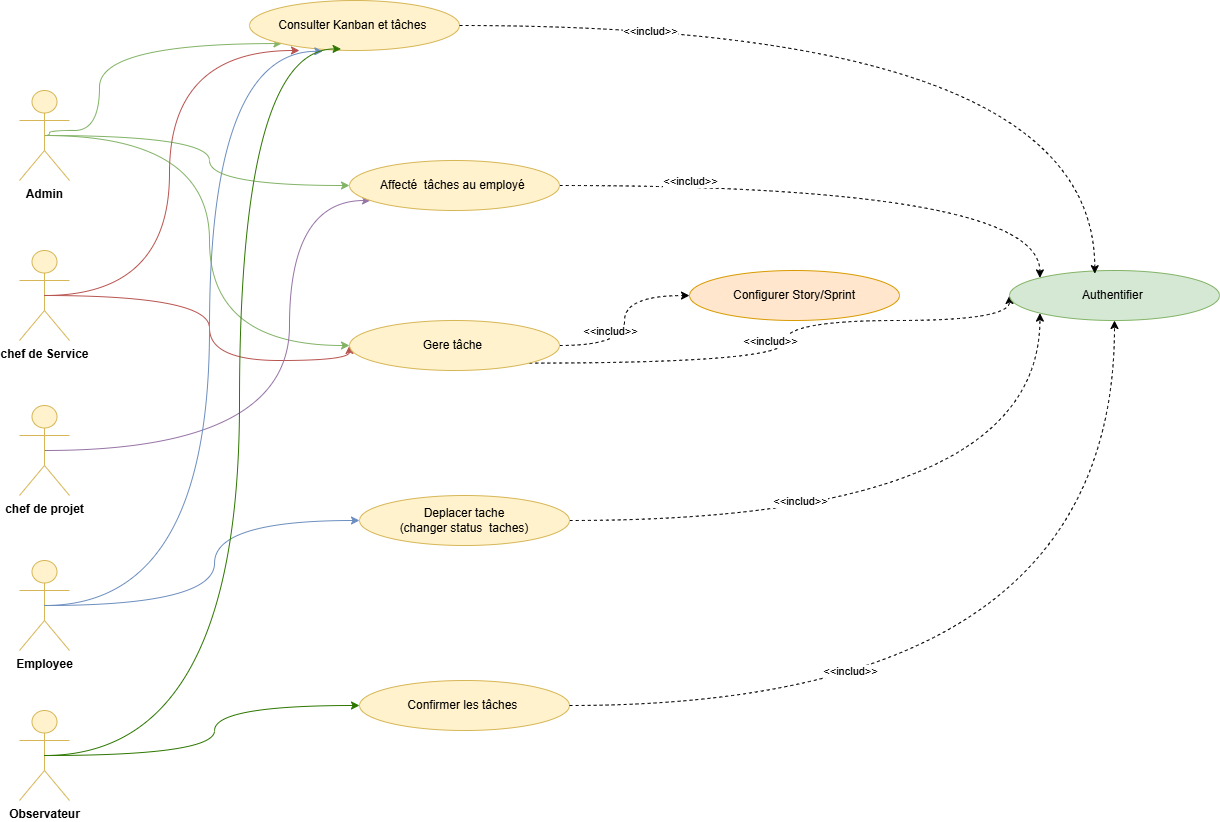
omarhabib5/PFEProject keeps this draw.io diagram as aide/gesttion tache et kanban.drawio.png. Above is the earlier version. Source tidied: cells renumbered, new cells last; positions are measured from the earlier drawing's top-left corner, leaving out a move shared by most shapes.
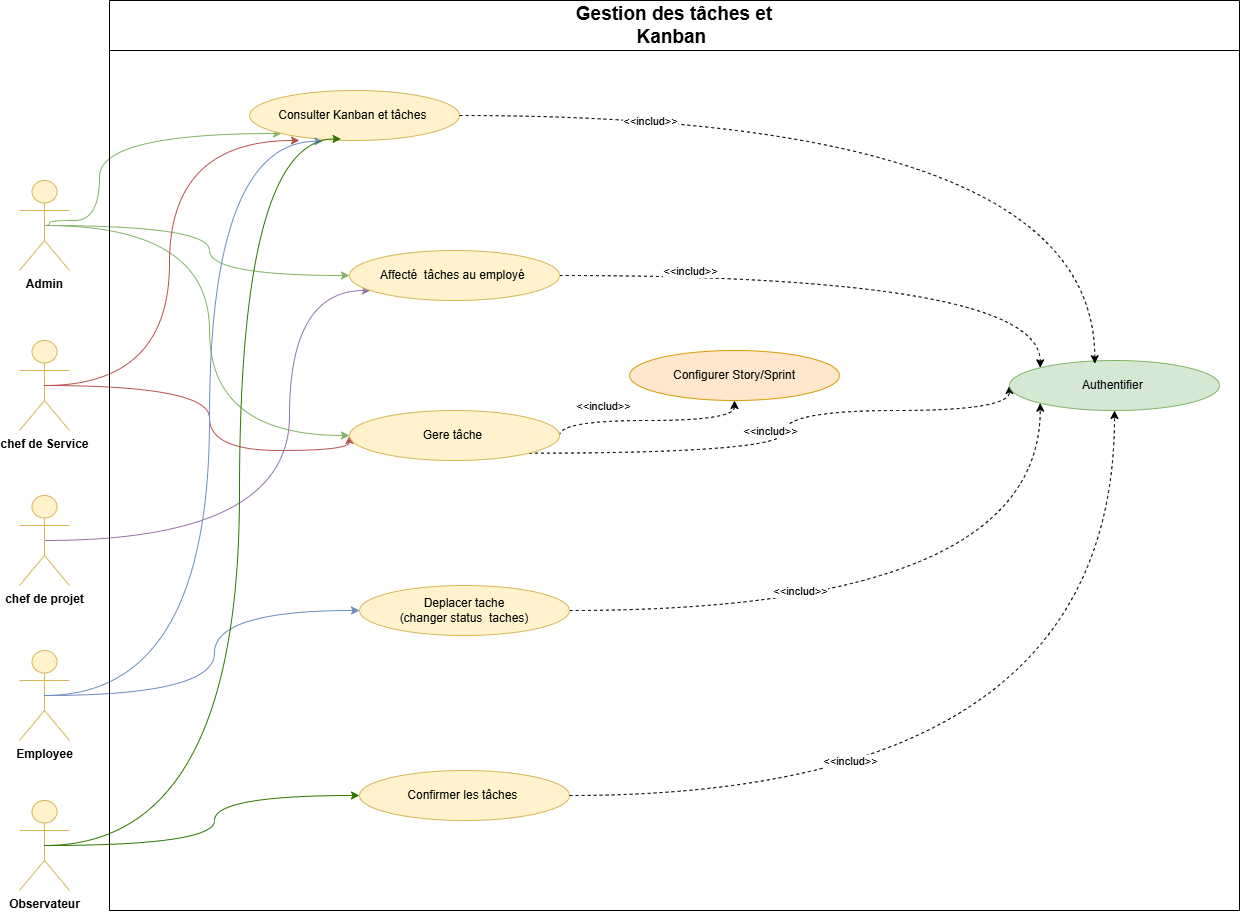
The same diagram one commit later.

Commit message:
refactor: update budget limits in angular.json and enhance task management diagram

Change to the diagram source:
```diff
@@ -66,7 +66,12 @@
       <mxGeometry x="330" y="160" width="210" height="50" as="geometry" />
     </mxCell>
     <mxCell id="17" style="edgeStyle=orthogonalEdgeStyle;rounded=0;jettySize=auto;html=1;exitX=1;exitY=0.5;exitDx=0;exitDy=0;curved=1;dashed=1;" parent="1" edge="1" source="20" target="23">
-      <mxGeometry relative="1" as="geometry" />
+      <mxGeometry relative="1" as="geometry">
+        <Array as="points">
+          <mxPoint x="540" y="330" />
+          <mxPoint x="715" y="330" />
+        </Array>
+      </mxGeometry>
     </mxCell>
     <mxCell id="18" value="&amp;lt;&amp;lt;includ&amp;gt;&amp;gt;" style="edgeLabel;html=1;align=center;verticalAlign=middle;" parent="17" vertex="1">
       <mxGeometry x="-0.41" y="-2" relative="1" as="geometry">
@@ -92,7 +97,7 @@
       <mxGeometry x="340" y="495" width="210" height="50" as="geometry" />
     </mxCell>
     <mxCell id="23" value="Configurer Story/Sprint" style="ellipse;whiteSpace=wrap;html=1;fillColor=#ffe6cc;strokeColor=#d79b00;" parent="1" vertex="1">
-      <mxGeometry x="670" y="270" width="210" height="50" as="geometry" />
+      <mxGeometry x="610" y="260" width="210" height="50" as="geometry" />
     </mxCell>
     <mxCell id="24" style="edgeStyle=orthogonalEdgeStyle;rounded=0;jettySize=auto;html=1;exitX=0.5;exitY=0.5;exitDx=0;exitDy=0;exitPerimeter=0;entryX=0.238;entryY=1;entryDx=0;entryDy=0;entryPerimeter=0;curved=1;fillColor=#f8cecc;strokeColor=#b85450;" parent="1" edge="1" source="7" target="14">
       <mxGeometry relative="1" as="geometry">
@@ -145,5 +150,8 @@
     <mxCell id="35" value="&amp;lt;&amp;lt;includ&amp;gt;&amp;gt;" style="edgeLabel;html=1;align=center;verticalAlign=middle;" parent="1" vertex="1">
       <mxGeometry x="830" y="670" as="geometry" />
     </mxCell>
+    <mxCell id="36" value="&lt;span lang=&quot;FR&quot; style=&quot;&quot;&gt;&lt;font style=&quot;font-size: 19px;&quot;&gt;Gestion des tâches et&lt;br&gt;Kanban&amp;nbsp;&lt;/font&gt;&lt;/span&gt;" style="swimlane;whiteSpace=wrap;html=1;startSize=50;align=center;" parent="1" vertex="1">
+      <mxGeometry x="90" y="-90" width="1130" height="910" as="geometry" />
+    </mxCell>
   </root>
 </mxGraphModel>
```
